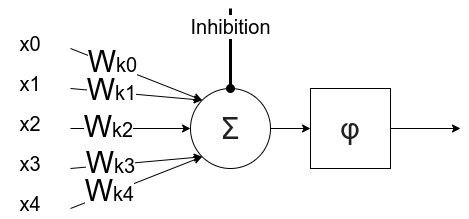
Before: Neurotechnologies_and_TRIZ/artificial_neuron.png, a diagram exported from draw.io (max-talanov/1). Source tidied: cells renumbered, new cells last; positions are measured from the earlier drawing's top-left corner, leaving out a move shared by most shapes.
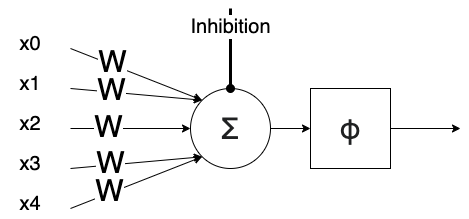
After the change.

What changed in the source:
```diff
@@ -21,7 +21,7 @@
         <mxPoint x="70" y="40" as="sourcePoint" />
       </mxGeometry>
     </mxCell>
-    <mxCell id="7" value="W&lt;font style=&quot;font-size: 20px&quot;&gt;k0&lt;/font&gt;" style="edgeLabel;html=1;align=center;verticalAlign=middle;fontSize=30;" parent="6" vertex="1">
+    <mxCell id="7" value="W" style="edgeLabel;html=1;align=center;verticalAlign=middle;fontSize=30;" parent="6" vertex="1">
       <mxGeometry x="-0.39" y="3" relative="1" as="geometry" />
     </mxCell>
     <mxCell id="8" style="endArrow=classic;html=1;rounded=0;fontSize=30;entryX=0;entryY=0;entryDx=0;entryDy=0;" parent="1" edge="1" target="3">
@@ -29,7 +29,7 @@
         <mxPoint x="70" y="80" as="sourcePoint" />
       </mxGeometry>
     </mxCell>
-    <mxCell id="9" value="W&lt;font style=&quot;font-size: 20px&quot;&gt;k1&lt;/font&gt;" style="edgeLabel;html=1;align=center;verticalAlign=middle;fontSize=30;" parent="8" vertex="1">
+    <mxCell id="9" value="W" style="edgeLabel;html=1;align=center;verticalAlign=middle;fontSize=30;" parent="8" vertex="1">
       <mxGeometry x="-0.39" y="3" relative="1" as="geometry" />
     </mxCell>
     <mxCell id="10" style="endArrow=classic;html=1;rounded=0;fontSize=30;" parent="1" edge="1">
@@ -38,7 +38,7 @@
         <mxPoint x="190" y="120" as="targetPoint" />
       </mxGeometry>
     </mxCell>
-    <mxCell id="11" value="W&lt;font style=&quot;font-size: 20px&quot;&gt;k2&lt;/font&gt;" style="edgeLabel;html=1;align=center;verticalAlign=middle;fontSize=30;" parent="10" vertex="1">
+    <mxCell id="11" value="W" style="edgeLabel;html=1;align=center;verticalAlign=middle;fontSize=30;" parent="10" vertex="1">
       <mxGeometry x="-0.39" y="3" relative="1" as="geometry" />
     </mxCell>
     <mxCell id="12" style="endArrow=classic;html=1;rounded=0;fontSize=30;entryX=0;entryY=1;entryDx=0;entryDy=0;" parent="1" edge="1" target="3">
@@ -46,7 +46,7 @@
         <mxPoint x="70" y="160" as="sourcePoint" />
       </mxGeometry>
     </mxCell>
-    <mxCell id="13" value="W&lt;font style=&quot;font-size: 20px&quot;&gt;k3&lt;/font&gt;" style="edgeLabel;html=1;align=center;verticalAlign=middle;fontSize=30;" parent="12" vertex="1">
+    <mxCell id="13" value="W" style="edgeLabel;html=1;align=center;verticalAlign=middle;fontSize=30;" parent="12" vertex="1">
       <mxGeometry x="-0.39" y="3" relative="1" as="geometry" />
     </mxCell>
     <mxCell id="14" style="endArrow=classic;html=1;rounded=0;fontSize=30;entryX=0;entryY=1;entryDx=0;entryDy=0;" parent="1" edge="1" target="3">
@@ -54,7 +54,7 @@
         <mxPoint x="70" y="200" as="sourcePoint" />
       </mxGeometry>
     </mxCell>
-    <mxCell id="15" value="W&lt;font style=&quot;font-size: 20px&quot;&gt;k4&lt;/font&gt;" style="edgeLabel;html=1;align=center;verticalAlign=middle;fontSize=30;" parent="14" vertex="1">
+    <mxCell id="15" value="W" style="edgeLabel;html=1;align=center;verticalAlign=middle;fontSize=30;" parent="14" vertex="1">
       <mxGeometry x="-0.39" y="3" relative="1" as="geometry" />
     </mxCell>
     <mxCell id="16" value="x0" style="text;html=1;strokeColor=none;fillColor=none;align=center;verticalAlign=middle;whiteSpace=wrap;rounded=0;fontSize=20;" parent="1" vertex="1">
```
